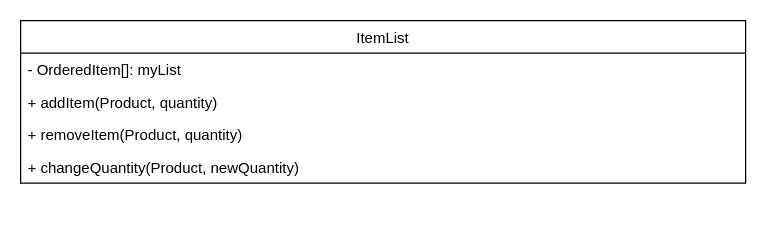
Earlier version of the draw.io diagram Project_1/Class_Diagrams/ItemList.drawio (chrismd2/CSci-430-Group-11). Source tidied: cells renumbered, new cells numbered last; positions are measured from the earlier drawing's top-left corner, leaving out a move shared by most shapes. Both pictures are drawn from the tidied source at 125%, with x=0, y=0 at pixel (20, 20).
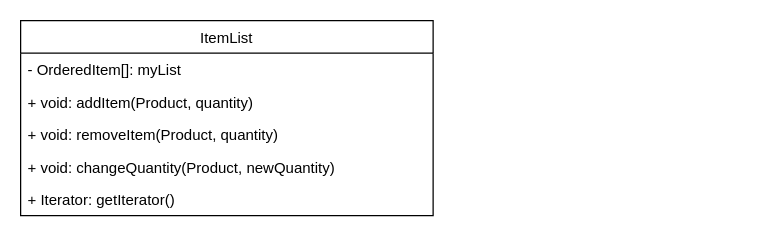
Above is the later version.

Change to the diagram source:
```diff
@@
 <mxGraphModel>
   <root>
     <mxCell id="0" />
     <mxCell id="1" parent="0" />
     <mxCell id="2" value="ItemList" style="swimlane;fontStyle=0;horizontal=1;startSize=26;fillColor=none;" parent="1" vertex="1">
-      <mxGeometry width="580" height="130" as="geometry" />
+      <mxGeometry width="330" height="156" as="geometry" />
     </mxCell>
     <mxCell id="3" value="- OrderedItem[]: myList" style="text;strokeColor=none;fillColor=none;align=left;verticalAlign=top;spacingLeft=4;spacingRight=4;overflow=hidden;" parent="2" vertex="1">
-      <mxGeometry y="26" width="580" height="26" as="geometry" />
+      <mxGeometry y="26" width="330" height="26" as="geometry" />
     </mxCell>
-    <mxCell id="4" value="+ addItem(Product, quantity)" style="text;strokeColor=none;fillColor=none;align=left;verticalAlign=top;spacingLeft=4;spacingRight=4;overflow=hidden;" parent="2" vertex="1">
-      <mxGeometry y="52" width="580" height="26" as="geometry" />
+    <mxCell id="4" value="+ void: addItem(Product, quantity)" style="text;strokeColor=none;fillColor=none;align=left;verticalAlign=top;spacingLeft=4;spacingRight=4;overflow=hidden;" parent="2" vertex="1">
+      <mxGeometry y="52" width="330" height="26" as="geometry" />
     </mxCell>
-    <mxCell id="5" value="+ removeItem(Product, quantity)" style="text;strokeColor=none;fillColor=none;align=left;verticalAlign=top;spacingLeft=4;spacingRight=4;overflow=hidden;" parent="2" vertex="1">
-      <mxGeometry y="78" width="580" height="26" as="geometry" />
+    <mxCell id="5" value="+ void: removeItem(Product, quantity)" style="text;strokeColor=none;fillColor=none;align=left;verticalAlign=top;spacingLeft=4;spacingRight=4;overflow=hidden;" parent="2" vertex="1">
+      <mxGeometry y="78" width="330" height="26" as="geometry" />
     </mxCell>
-    <mxCell id="6" value="+ changeQuantity(Product, newQuantity)" style="text;strokeColor=none;fillColor=none;align=left;verticalAlign=top;spacingLeft=4;spacingRight=4;overflow=hidden;" parent="2" vertex="1">
-      <mxGeometry y="104" width="580" height="26" as="geometry" />
+    <mxCell id="6" value="+ void: changeQuantity(Product, newQuantity)" style="text;strokeColor=none;fillColor=none;align=left;verticalAlign=top;spacingLeft=4;spacingRight=4;overflow=hidden;" parent="2" vertex="1">
+      <mxGeometry y="104" width="330" height="26" as="geometry" />
     </mxCell>
+    <mxCell id="7" value="+ Iterator: getIterator()" style="text;strokeColor=none;fillColor=none;align=left;verticalAlign=top;spacingLeft=4;spacingRight=4;overflow=hidden;" parent="2" vertex="1">
+      <mxGeometry y="130" width="330" height="26" as="geometry" />
+    </mxCell>
   </root>
 </mxGraphModel>
```
